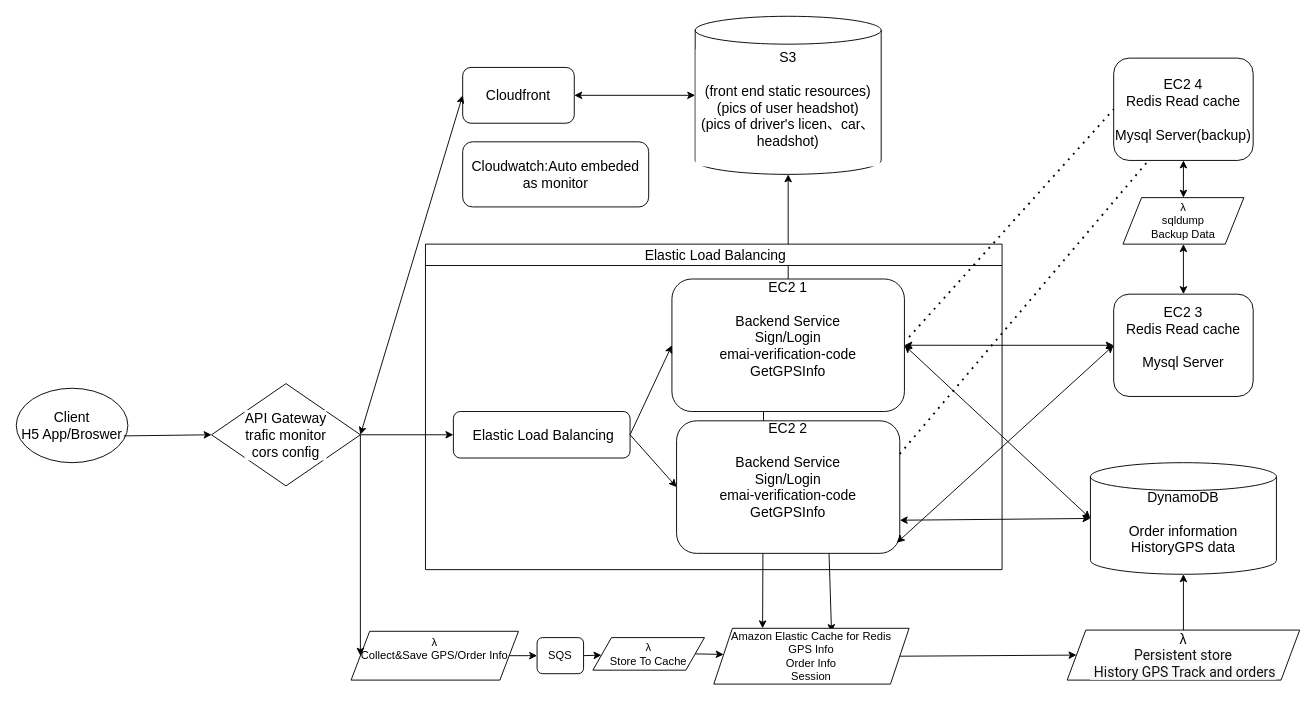
Earlier version of the draw.io diagram Proposal/ProjectArchitecture.drawio (Flexshare2025/Flexshare). Source tidied: cells renumbered, new cells numbered last; positions are measured from the earlier drawing's top-left corner, leaving out a move shared by most shapes. Both pictures are drawn from the tidied source at 93%, with x=0, y=0 at pixel (16, 16).
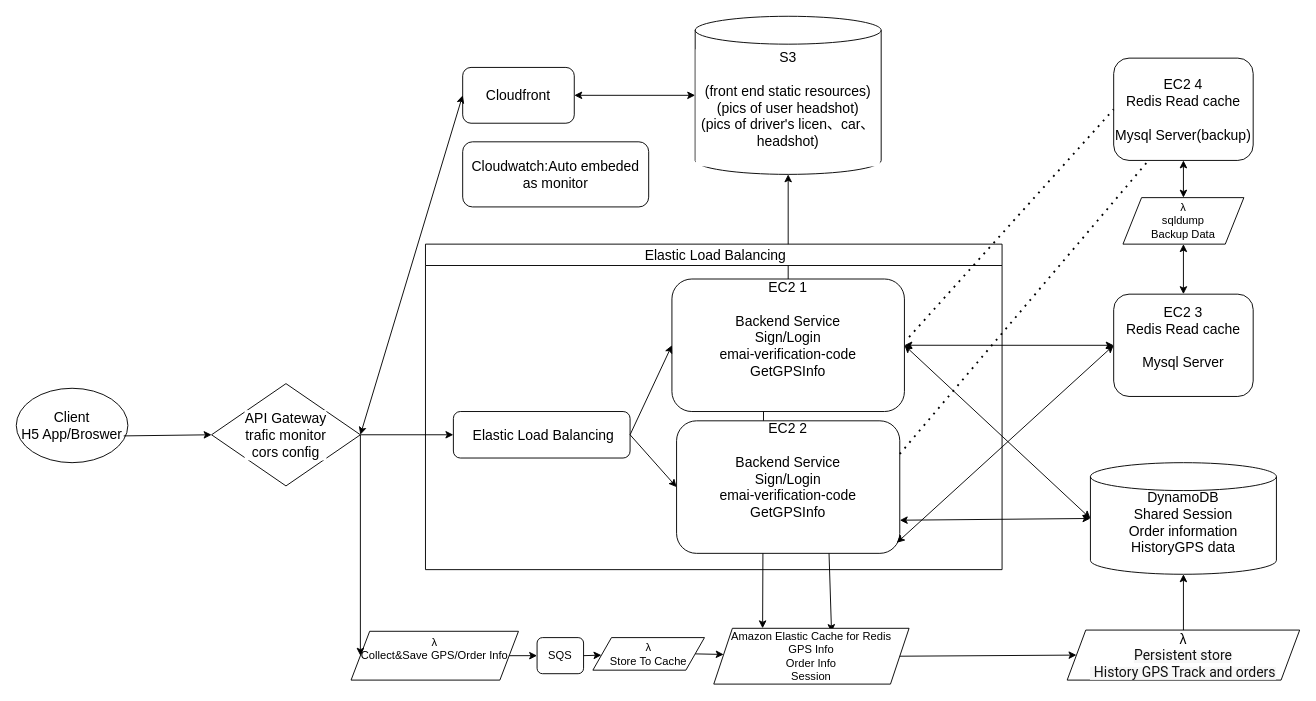
After the change.

Diff of the diagram source:
```diff
@@
-    <mxCell id="6" value="DynamoDB&lt;div&gt;&lt;br&gt;&lt;/div&gt;&lt;div&gt;&lt;div&gt;Order information&lt;/div&gt;&lt;div&gt;HistoryGPS data&lt;/div&gt;&lt;div&gt;&lt;br&gt;&lt;/div&gt;&lt;/div&gt;" style="shape=cylinder3;whiteSpace=wrap;html=1;boundedLbl=1;backgroundOutline=1;size=15;fontSize=15;" parent="1" vertex="1">
+    <mxCell id="6" value="DynamoDB&lt;div&gt;Shared Session&lt;/div&gt;&lt;div&gt;&lt;div&gt;Order information&lt;/div&gt;&lt;div&gt;HistoryGPS data&lt;/div&gt;&lt;div&gt;&lt;br&gt;&lt;/div&gt;&lt;/div&gt;" style="shape=cylinder3;whiteSpace=wrap;html=1;boundedLbl=1;backgroundOutline=1;size=15;fontSize=15;" parent="1" vertex="1">
       <mxGeometry x="1155" y="480" width="200" height="120" as="geometry" />
     </mxCell>
```
